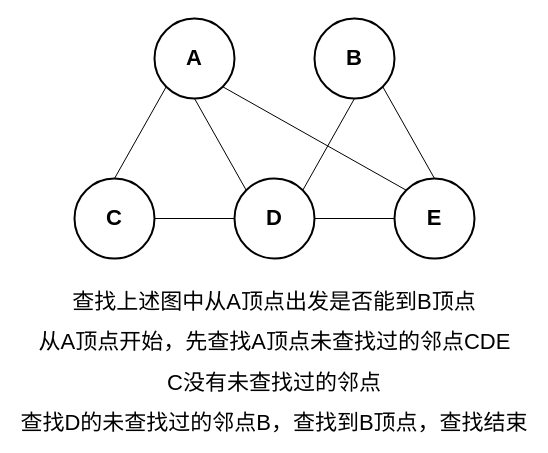
CunYu/study-note keeps this draw.io diagram as 算法与数据结构/image/广度优先搜索.drawio. Above is the earlier version. Source tidied: cells renumbered, new cells numbered last; positions are measured from the earlier drawing's top-left corner, leaving out a move shared by most shapes. Both pictures are drawn from the tidied source at 100%, with x=0, y=0 at pixel (17, 18).
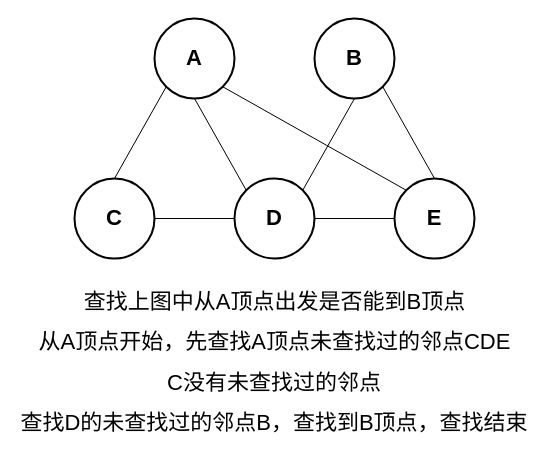
Above is the later version.

Change to the diagram source:
```diff
@@
 <mxGraphModel>
   <root>
     <mxCell id="0" />
     <mxCell id="1" parent="0" />
     <mxCell id="2" style="edgeStyle=none;rounded=0;jettySize=auto;html=1;exitX=0;exitY=1;exitDx=0;exitDy=0;entryX=0.5;entryY=0;entryDx=0;entryDy=0;endArrow=none;endFill=0;" parent="1" edge="1" source="5" target="11">
       <mxGeometry relative="1" as="geometry" />
     </mxCell>
     <mxCell id="3" style="edgeStyle=none;rounded=0;jettySize=auto;html=1;exitX=1;exitY=1;exitDx=0;exitDy=0;entryX=0;entryY=0;entryDx=0;entryDy=0;endArrow=none;endFill=0;" parent="1" edge="1" source="5" target="9">
       <mxGeometry relative="1" as="geometry" />
     </mxCell>
     <mxCell id="4" style="edgeStyle=none;rounded=0;jettySize=auto;html=1;exitX=0.5;exitY=1;exitDx=0;exitDy=0;entryX=0;entryY=0;entryDx=0;entryDy=0;endArrow=none;endFill=0;" parent="1" edge="1" source="5" target="8">
       <mxGeometry relative="1" as="geometry" />
     </mxCell>
     <mxCell id="5" value="A" style="ellipse;whiteSpace=wrap;html=1;strokeWidth=2;fontSize=22;fontStyle=1;" parent="1" vertex="1">
       <mxGeometry x="137" width="80" height="80" as="geometry" />
     </mxCell>
     <mxCell id="6" style="edgeStyle=none;rounded=0;jettySize=auto;html=1;exitX=1;exitY=0.5;exitDx=0;exitDy=0;endArrow=none;endFill=0;" parent="1" edge="1" source="8" target="9">
       <mxGeometry relative="1" as="geometry" />
     </mxCell>
     <mxCell id="7" style="edgeStyle=none;rounded=0;jettySize=auto;html=1;exitX=1;exitY=0;exitDx=0;exitDy=0;entryX=0.5;entryY=1;entryDx=0;entryDy=0;endArrow=none;endFill=0;" parent="1" edge="1" source="8" target="13">
       <mxGeometry relative="1" as="geometry" />
     </mxCell>
     <mxCell id="8" value="D" style="ellipse;whiteSpace=wrap;html=1;strokeWidth=2;fontSize=22;fontStyle=1;" parent="1" vertex="1">
       <mxGeometry x="217" y="160" width="80" height="80" as="geometry" />
     </mxCell>
     <mxCell id="9" value="E" style="ellipse;whiteSpace=wrap;html=1;strokeWidth=2;fontSize=22;fontStyle=1;" parent="1" vertex="1">
       <mxGeometry x="377" y="160" width="80" height="80" as="geometry" />
     </mxCell>
     <mxCell id="10" style="edgeStyle=none;rounded=0;jettySize=auto;html=1;exitX=1;exitY=0.5;exitDx=0;exitDy=0;endArrow=none;endFill=0;" parent="1" edge="1" source="11" target="8">
       <mxGeometry relative="1" as="geometry" />
     </mxCell>
     <mxCell id="11" value="C" style="ellipse;whiteSpace=wrap;html=1;strokeWidth=2;fontSize=22;fontStyle=1;" parent="1" vertex="1">
       <mxGeometry x="57" y="160" width="80" height="80" as="geometry" />
     </mxCell>
     <mxCell id="12" style="edgeStyle=none;rounded=0;jettySize=auto;html=1;exitX=1;exitY=1;exitDx=0;exitDy=0;entryX=0.5;entryY=0;entryDx=0;entryDy=0;endArrow=none;endFill=0;" parent="1" edge="1" source="13" target="9">
       <mxGeometry relative="1" as="geometry" />
     </mxCell>
     <mxCell id="13" value="B" style="ellipse;whiteSpace=wrap;html=1;strokeWidth=2;fontSize=22;fontStyle=1;" parent="1" vertex="1">
       <mxGeometry x="297" width="80" height="80" as="geometry" />
     </mxCell>
     <mxCell id="14" style="edgeStyle=none;rounded=0;orthogonalLoop=1;jettySize=auto;html=1;exitX=0;exitY=1;exitDx=0;exitDy=0;endArrow=none;endFill=0;fontSize=22;" parent="1" edge="1">
       <mxGeometry relative="1" as="geometry">
         <mxPoint x="29" y="308" as="sourcePoint" />
       </mxGeometry>
     </mxCell>
-    <mxCell id="15" value="查找上述图中从A顶点出发是否能到B顶点" style="text;html=1;strokeColor=none;fillColor=none;align=center;verticalAlign=middle;whiteSpace=wrap;rounded=0;fontSize=22;" parent="1" vertex="1">
-      <mxGeometry x="54" y="274" width="406" height="20" as="geometry" />
+    <mxCell id="15" value="查找上图中从A顶点出发是否能到B顶点" style="text;html=1;strokeColor=none;fillColor=none;align=center;verticalAlign=middle;whiteSpace=wrap;rounded=0;fontSize=22;" parent="1" vertex="1">
+      <mxGeometry x="60.5" y="274" width="393" height="20" as="geometry" />
     </mxCell>
     <mxCell id="16" value="从A顶点开始，先查找A顶点未查找过的邻点CDE" style="text;html=1;strokeColor=none;fillColor=none;align=center;verticalAlign=middle;whiteSpace=wrap;rounded=0;fontSize=22;" parent="1" vertex="1">
       <mxGeometry x="15.5" y="314" width="483" height="20" as="geometry" />
     </mxCell>
     <mxCell id="17" value="C没有未查找过的邻点" style="text;html=1;strokeColor=none;fillColor=none;align=center;verticalAlign=middle;whiteSpace=wrap;rounded=0;fontSize=22;" parent="1" vertex="1">
       <mxGeometry x="145" y="355" width="224" height="20" as="geometry" />
     </mxCell>
     <mxCell id="18" value="查找D的未查找过的邻点B，查找到B顶点，查找结束" style="text;html=1;strokeColor=none;fillColor=none;align=center;verticalAlign=middle;whiteSpace=wrap;rounded=0;fontSize=22;" parent="1" vertex="1">
       <mxGeometry y="395" width="514" height="20" as="geometry" />
     </mxCell>
   </root>
 </mxGraphModel>
```
